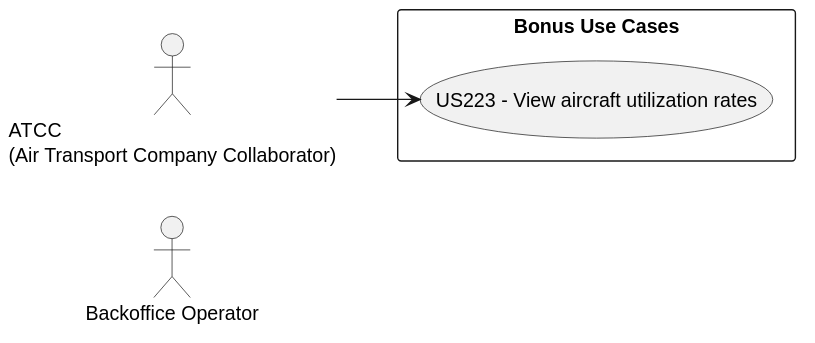
The PlantUML diagram docs/system-documentation/use-cases/BONUS/UCD/svg/use_case_diagram.svg in VascoMagolo/psoft_1231562_1241692_1242036_2db, before a commit.
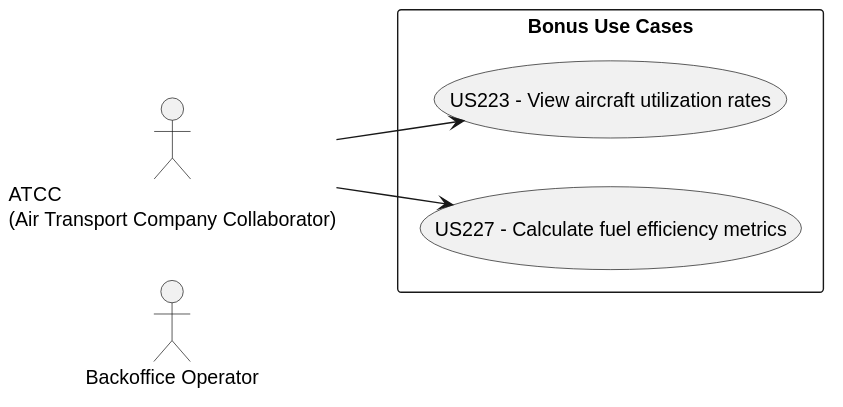
Above is the later version.

The edit, as a diff of the source:
```diff
@@ -7,7 +7,9 @@
 
 rectangle "Bonus Use Cases" {
   usecase "US223 - View aircraft utilization rates" as UC223
+  usecase "US227 - Calculate fuel efficiency metrics" as UC227
 }
 
 ATCC --> UC223
+ATCC --> UC227
 @enduml
```
